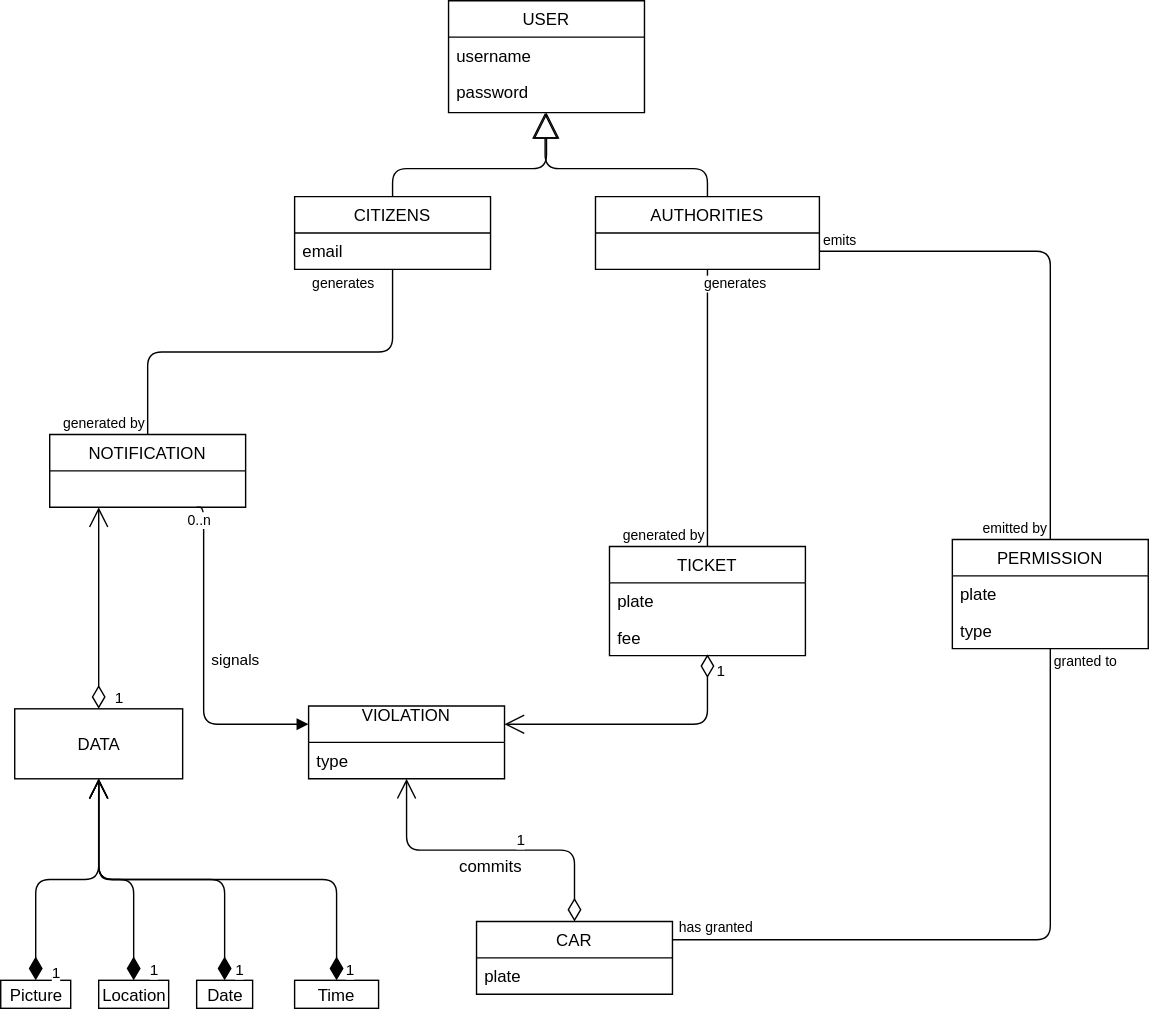
University-Projects-Secco/RahbariSecco keeps this draw.io diagram as UML/Notify_Violation_Class_Diagram.svg. Above is the earlier version. Source tidied: cells renumbered, new cells last; positions are measured from the earlier drawing's top-left corner, leaving out a move shared by most shapes.
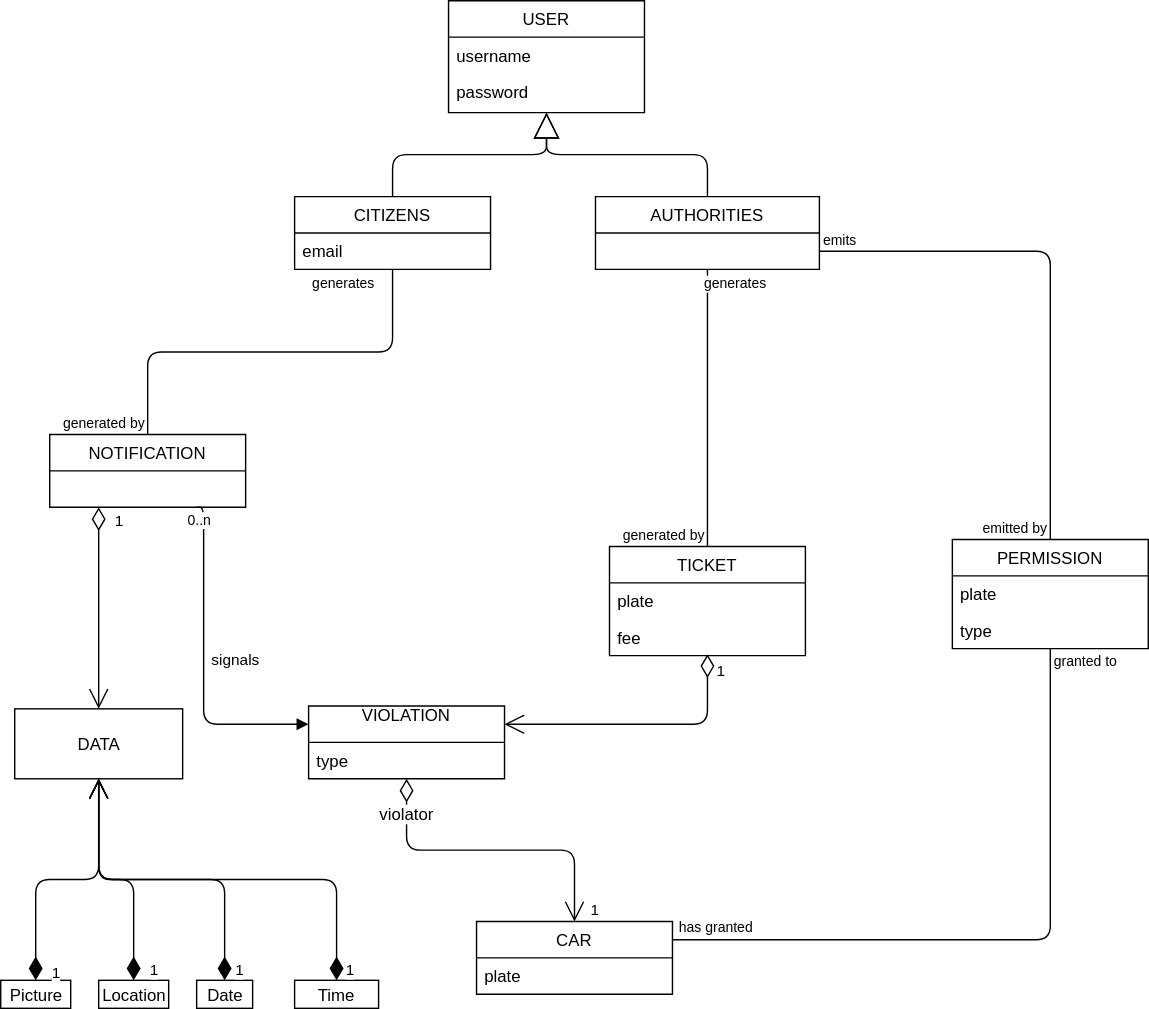
After the commit.

Change to the diagram source:
```diff
@@ -20,22 +20,11 @@
     <mxCell id="7" value="AUTHORITIES" style="swimlane;fontStyle=0;horizontal=1;startSize=26;fillColor=none;" parent="1" vertex="1">
       <mxGeometry x="425" y="140" width="160" height="52" as="geometry" />
     </mxCell>
-    <mxCell id="8" style="endArrow=block;endSize=16;endFill=0;html=1;entryX=0.5;entryY=1;entryDx=0;entryDy=0;" parent="1" edge="1" source="2" target="4">
-      <mxGeometry relative="1" as="geometry">
-        <Array as="points">
-          <mxPoint x="280" y="120" />
-          <mxPoint x="390" y="120" />
-        </Array>
-      </mxGeometry>
+    <mxCell id="8" style="endArrow=block;endSize=16;endFill=0;html=1;entryX=0.5;entryY=1;entryDx=0;entryDy=0;edgeStyle=elbowEdgeStyle;elbow=vertical;" parent="1" edge="1" source="2" target="4">
+      <mxGeometry relative="1" as="geometry" />
     </mxCell>
-    <mxCell id="9" style="endArrow=block;endSize=16;endFill=0;html=1;exitX=0.5;exitY=0;exitDx=0;exitDy=0;" parent="1" edge="1" source="7">
-      <mxGeometry relative="1" as="geometry">
-        <mxPoint x="389" y="80" as="targetPoint" />
-        <Array as="points">
-          <mxPoint x="505" y="120" />
-          <mxPoint x="389" y="120" />
-        </Array>
-      </mxGeometry>
+    <mxCell id="9" style="endArrow=block;endSize=16;endFill=0;html=1;exitX=0.5;exitY=0;exitDx=0;exitDy=0;edgeStyle=elbowEdgeStyle;elbow=vertical;entryX=0.5;entryY=1;entryDx=0;entryDy=0;" parent="1" edge="1" source="7" target="4">
+      <mxGeometry relative="1" as="geometry" />
     </mxCell>
     <mxCell id="10" value="VIOLATION&#10;" style="swimlane;fontStyle=0;horizontal=1;startSize=26;fillColor=none;" parent="1" vertex="1">
       <mxGeometry x="220" y="504" width="140" height="52" as="geometry" />
@@ -147,14 +136,12 @@
         <mxPoint x="10" y="-1" as="offset" />
       </mxGeometry>
     </mxCell>
-    <mxCell id="40" value="1" style="endArrow=open;html=1;endSize=12;startArrow=diamondThin;startSize=14;startFill=0;edgeStyle=orthogonalEdgeStyle;align=left;verticalAlign=bottom;entryX=0.5;entryY=1;entryDx=0;entryDy=0;exitX=0.5;exitY=0;exitDx=0;exitDy=0;" parent="1" edge="1" source="42" target="10">
-      <mxGeometry x="-0.56" y="53" relative="1" as="geometry">
-        <mxPoint x="10" y="-1" as="offset" />
-      </mxGeometry>
+    <mxCell id="40" value="1" style="endArrow=open;html=1;endSize=12;startArrow=diamondThin;startSize=14;startFill=0;edgeStyle=orthogonalEdgeStyle;align=left;verticalAlign=bottom;entryX=0.5;entryY=0;entryDx=0;entryDy=0;exitX=0.5;exitY=1;exitDx=0;exitDy=0;" parent="1" edge="1" source="10" target="42">
+      <mxGeometry x="1" y="10" relative="1" as="geometry" />
     </mxCell>
-    <mxCell id="41" value="commits" style="text;html=1;align=center;verticalAlign=middle;labelBackgroundColor=#ffffff;" parent="40" vertex="1">
+    <mxCell id="41" value="violator" style="text;html=1;align=center;verticalAlign=middle;labelBackgroundColor=#ffffff;" parent="40" vertex="1">
       <mxGeometry x="-0.69" y="19" relative="1" as="geometry">
-        <mxPoint x="-41" y="-7" as="offset" />
+        <mxPoint x="-19" y="-10" as="offset" />
       </mxGeometry>
     </mxCell>
     <mxCell id="42" value="CAR" style="swimlane;fontStyle=0;horizontal=1;startSize=26;fillColor=none;" parent="1" vertex="1">
@@ -163,8 +150,8 @@
     <mxCell id="43" value="plate" style="text;strokeColor=none;fillColor=none;align=left;verticalAlign=top;spacingLeft=4;spacingRight=4;overflow=hidden;" parent="42" vertex="1">
       <mxGeometry y="26" width="140" height="26" as="geometry" />
     </mxCell>
-    <mxCell id="44" value="1" style="endArrow=open;html=1;endSize=12;startArrow=diamondThin;startSize=14;startFill=0;edgeStyle=orthogonalEdgeStyle;align=left;verticalAlign=bottom;exitX=0.5;exitY=0;exitDx=0;exitDy=0;entryX=0.25;entryY=1;entryDx=0;entryDy=0;" parent="1" edge="1" source="35" target="12">
-      <mxGeometry x="-1" y="-10" relative="1" as="geometry" />
+    <mxCell id="44" value="1" style="endArrow=open;html=1;endSize=12;startArrow=diamondThin;startSize=14;startFill=0;edgeStyle=orthogonalEdgeStyle;align=left;verticalAlign=bottom;exitX=0.25;exitY=1;exitDx=0;exitDy=0;entryX=0.5;entryY=0;entryDx=0;entryDy=0;" parent="1" edge="1" source="12" target="35">
+      <mxGeometry x="-0.75" y="10" relative="1" as="geometry" />
     </mxCell>
     <mxCell id="45" style="endArrow=none;html=1;edgeStyle=orthogonalEdgeStyle;exitX=0.5;exitY=1;exitDx=0;exitDy=0;entryX=1;entryY=0.25;entryDx=0;entryDy=0;" parent="1" edge="1" source="13" target="42">
       <mxGeometry relative="1" as="geometry" />
```
